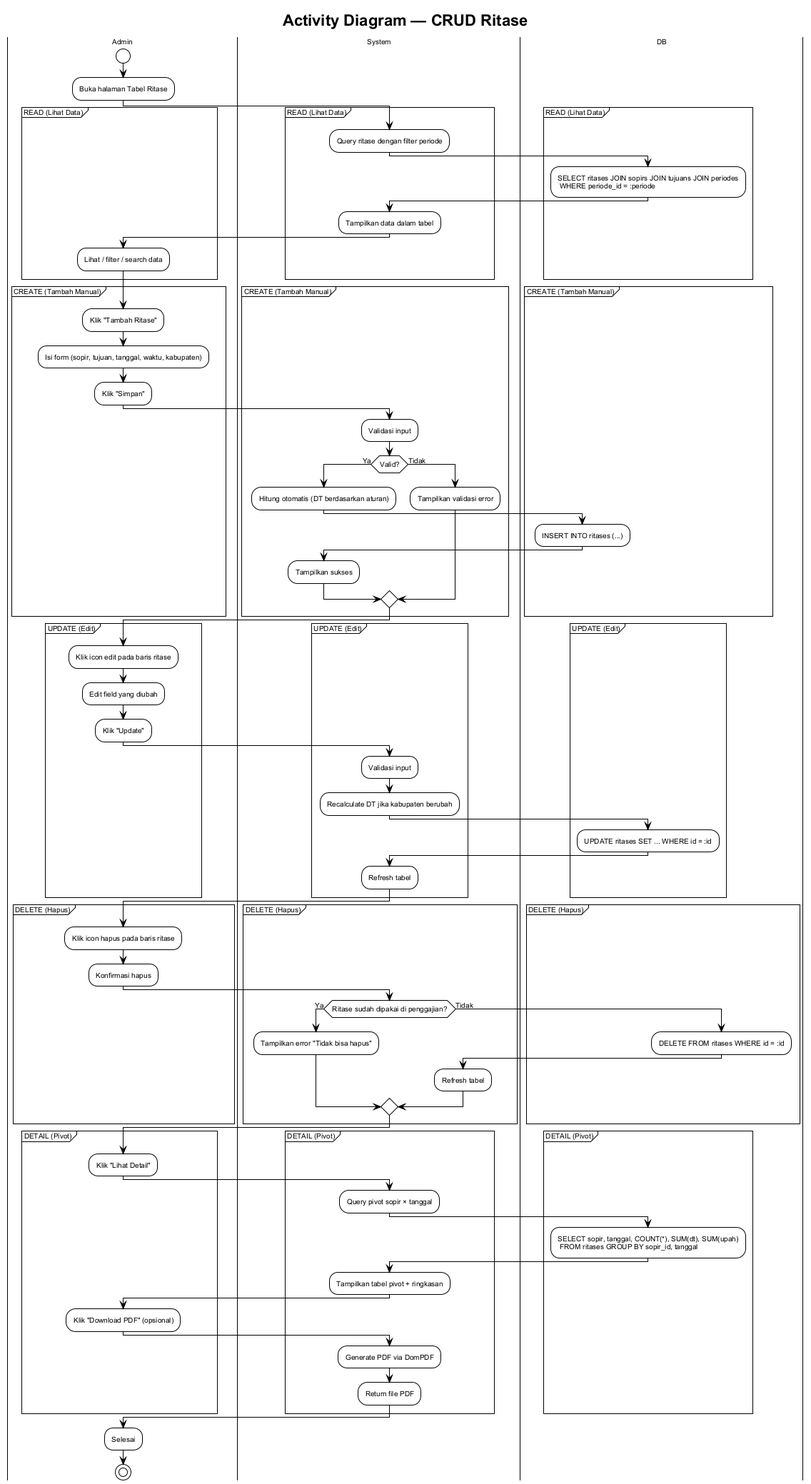
Earlier version of the PlantUML export diagrams/activity/activity-crud-ritase.png (riandafatur28/sidigas-gaji-sopir-truck). Source of this version:
```plantuml
@startuml activity-crud-ritase
!theme plain
skinparam backgroundColor #ffffff
skinparam defaultFontSize 10
skinparam defaultFontName Arial

title Activity Diagram — CRUD Ritase

|Admin|
start
:Buka halaman Tabel Ritase;

partition "READ (Lihat Data)" {
  |System|
  :Query ritase dengan filter periode;
  |DB|
  :SELECT ritases JOIN sopirs JOIN tujuans JOIN periodes
   WHERE periode_id = :periode;
  |System|
  :Tampilkan data dalam tabel;
  |Admin|
  :Lihat / filter / search data;
}

partition "CREATE (Tambah Manual)" {
  |Admin|
  :Klik "Tambah Ritase";
  :Isi form (sopir, tujuan, tanggal, waktu, kabupaten);
  :Klik "Simpan";
  |System|
  :Validasi input;
  if (Valid?) then (Ya)
    :Hitung otomatis (DT berdasarkan aturan);
    |DB|
    :INSERT INTO ritases (...);
    |System|
    :Tampilkan sukses;
  else (Tidak)
    :Tampilkan validasi error;
  endif
}

partition "UPDATE (Edit)" {
  |Admin|
  :Klik icon edit pada baris ritase;
  :Edit field yang diubah;
  :Klik "Update";
  |System|
  :Validasi input;
  :Recalculate DT jika kabupaten berubah;
  |DB|
  :UPDATE ritases SET ... WHERE id = :id;
  |System|
  :Refresh tabel;
}

partition "DELETE (Hapus)" {
  |Admin|
  :Klik icon hapus pada baris ritase;
  :Konfirmasi hapus;
  |System|
  if (Ritase sudah dipakai di penggajian?) then (Ya)
    :Tampilkan error "Tidak bisa hapus";
  else (Tidak)
    |DB|
    :DELETE FROM ritases WHERE id = :id;
    |System|
    :Refresh tabel;
  endif
}

partition "DETAIL (Pivot)" {
  |Admin|
  :Klik "Lihat Detail";
  |System|
  :Query pivot sopir × tanggal;
  |DB|
  :SELECT sopir, tanggal, COUNT(*), SUM(dt), SUM(upah)
   FROM ritases GROUP BY sopir_id, tanggal;
  |System|
  :Tampilkan tabel pivot + ringkasan;
  |Admin|
  :Klik "Download PDF" (opsional);
  |System|
  :Generate PDF via DomPDF;
  :Return file PDF;
}

|Admin|
:Selesai;
stop

@enduml
```
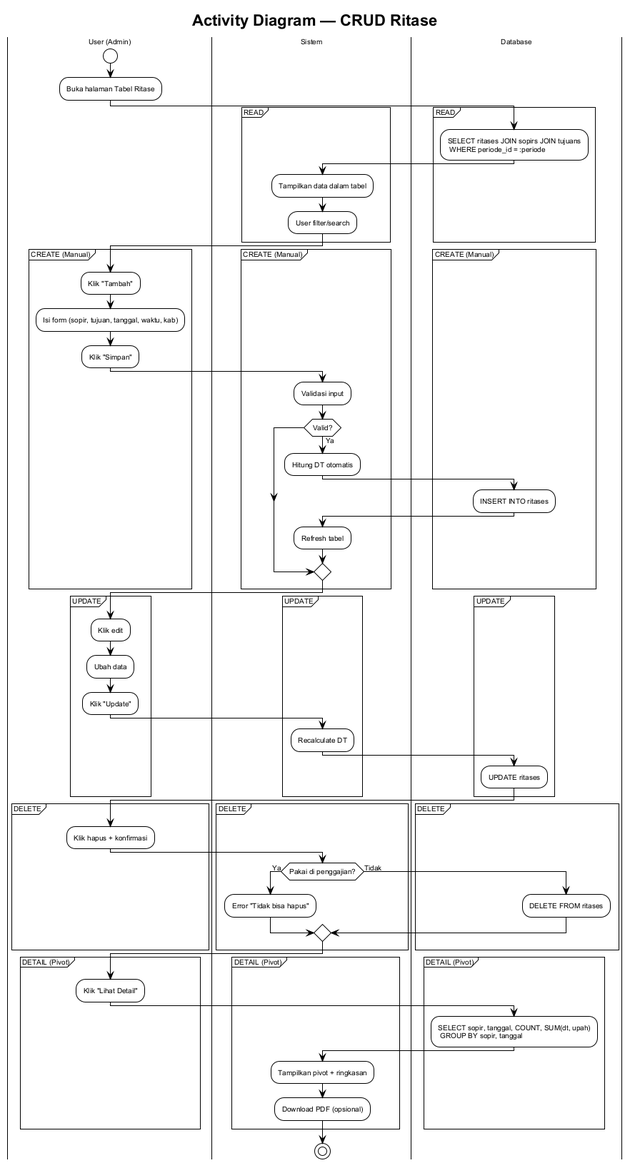
After the change.

Change to the diagram source:
```diff
@@ -6,88 +6,74 @@
 
 title Activity Diagram — CRUD Ritase
 
-|Admin|
+|User (Admin)|
 start
 :Buka halaman Tabel Ritase;
 
-partition "READ (Lihat Data)" {
-  |System|
-  :Query ritase dengan filter periode;
-  |DB|
-  :SELECT ritases JOIN sopirs JOIN tujuans JOIN periodes
+partition "READ" {
+  |Sistem|
+  |Database|
+  :SELECT ritases JOIN sopirs JOIN tujuans
    WHERE periode_id = :periode;
-  |System|
+  |Sistem|
   :Tampilkan data dalam tabel;
-  |Admin|
-  :Lihat / filter / search data;
+  :User filter/search;
 }
 
-partition "CREATE (Tambah Manual)" {
-  |Admin|
-  :Klik "Tambah Ritase";
-  :Isi form (sopir, tujuan, tanggal, waktu, kabupaten);
+partition "CREATE (Manual)" {
+  |User (Admin)|
+  :Klik "Tambah";
+  :Isi form (sopir, tujuan, tanggal, waktu, kab);
   :Klik "Simpan";
-  |System|
+
+  |Sistem|
   :Validasi input;
   if (Valid?) then (Ya)
-    :Hitung otomatis (DT berdasarkan aturan);
-    |DB|
-    :INSERT INTO ritases (...);
-    |System|
-    :Tampilkan sukses;
-  else (Tidak)
-    :Tampilkan validasi error;
-  endif
-}
-
-partition "UPDATE (Edit)" {
-  |Admin|
-  :Klik icon edit pada baris ritase;
-  :Edit field yang diubah;
-  :Klik "Update";
-  |System|
-  :Validasi input;
-  :Recalculate DT jika kabupaten berubah;
-  |DB|
-  :UPDATE ritases SET ... WHERE id = :id;
-  |System|
-  :Refresh tabel;
-}
-
-partition "DELETE (Hapus)" {
-  |Admin|
-  :Klik icon hapus pada baris ritase;
-  :Konfirmasi hapus;
-  |System|
-  if (Ritase sudah dipakai di penggajian?) then (Ya)
-    :Tampilkan error "Tidak bisa hapus";
-  else (Tidak)
-    |DB|
-    :DELETE FROM ritases WHERE id = :id;
-    |System|
+    :Hitung DT otomatis;
+    |Database|
+    :INSERT INTO ritases;
+    |Sistem|
     :Refresh tabel;
   endif
 }
 
-partition "DETAIL (Pivot)" {
-  |Admin|
-  :Klik "Lihat Detail";
-  |System|
-  :Query pivot sopir × tanggal;
-  |DB|
-  :SELECT sopir, tanggal, COUNT(*), SUM(dt), SUM(upah)
-   FROM ritases GROUP BY sopir_id, tanggal;
-  |System|
-  :Tampilkan tabel pivot + ringkasan;
-  |Admin|
-  :Klik "Download PDF" (opsional);
-  |System|
-  :Generate PDF via DomPDF;
-  :Return file PDF;
+partition "UPDATE" {
+  |User (Admin)|
+  :Klik edit;
+  :Ubah data;
+  :Klik "Update";
+
+  |Sistem|
+  :Recalculate DT;
+  |Database|
+  :UPDATE ritases;
 }
 
-|Admin|
-:Selesai;
+partition "DELETE" {
+  |User (Admin)|
+  :Klik hapus + konfirmasi;
+
+  |Sistem|
+  if (Pakai di penggajian?) then (Ya)
+    :Error "Tidak bisa hapus";
+  else (Tidak)
+    |Database|
+    :DELETE FROM ritases;
+  endif
+}
+
+partition "DETAIL (Pivot)" {
+  |User (Admin)|
+  :Klik "Lihat Detail";
+
+  |Sistem|
+  |Database|
+  :SELECT sopir, tanggal, COUNT, SUM(dt, upah)
+   GROUP BY sopir, tanggal;
+  |Sistem|
+  :Tampilkan pivot + ringkasan;
+  :Download PDF (opsional);
+}
 stop
 
 @enduml
```
